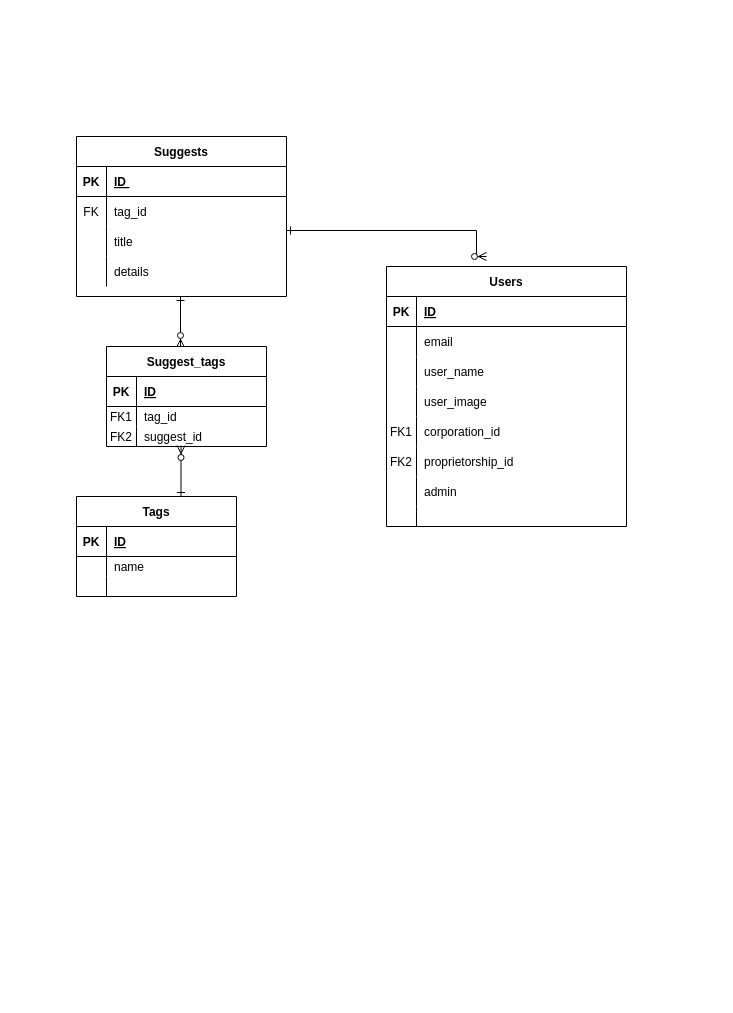
Earlier version of the draw.io diagram Untitled Diagram.drawio (Sec-il-n/sugget_cd_ci). Source tidied: cells renumbered, new cells numbered last; positions are measured from the earlier drawing's top-left corner, leaving out a move shared by most shapes. Both pictures are drawn from the tidied source at 100%, with x=0, y=0 at pixel (76, 136).
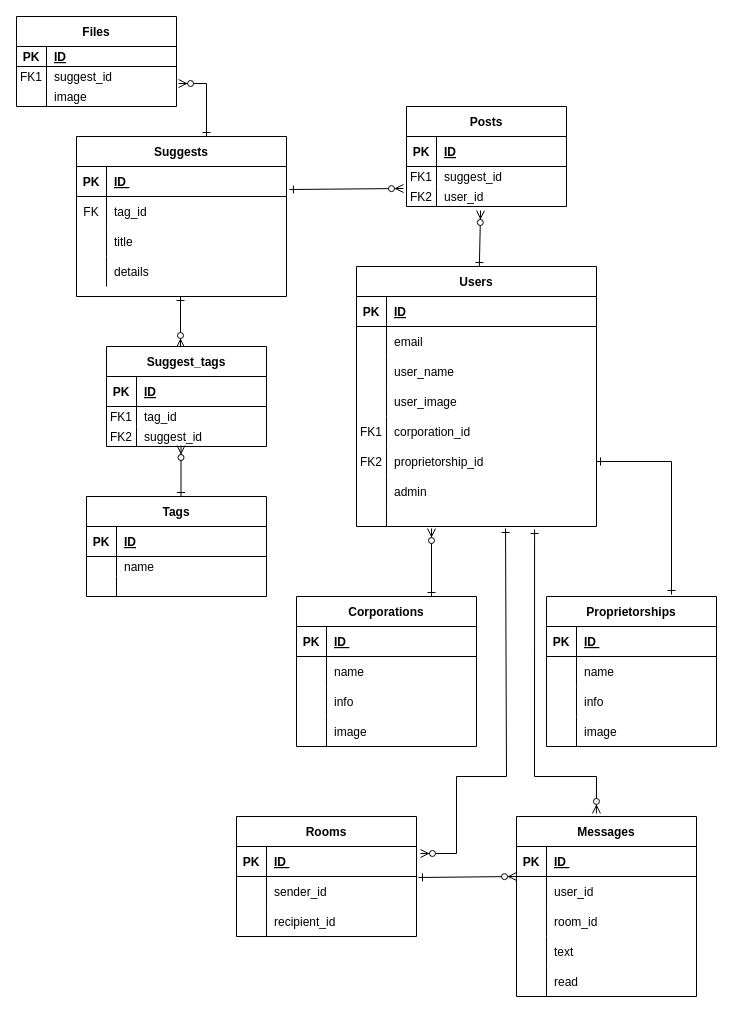
Above is the later version.

Commit message (it also covers changes not shown here):
Untitled Diagram.drawio を更新します

Unchanged cells that the change refers to:
```xml
<mxCell id="28" style="shape=partialRectangle;fillColor=none;points=[[0,0.5],[1,0.5]];portConstraint=eastwest;top=0;left=0;right=0;bottom=0;" parent="12" vertex="1">
  <mxGeometry y="180" width="240" height="30" as="geometry" />
</mxCell>
<mxCell id="34" style="shape=partialRectangle;fillColor=none;points=[[0,0.5],[1,0.5]];portConstraint=eastwest;top=0;left=0;right=0;bottom=0;" parent="12" vertex="1">
  <mxGeometry y="240" width="240" height="20" as="geometry" />
</mxCell>
<mxCell id="39" style="shape=partialRectangle;fillColor=none;points=[[0,0.5],[1,0.5]];portConstraint=eastwest;top=0;left=0;right=0;bottom=1;" parent="38" vertex="1">
  <mxGeometry y="30" width="210" height="30" as="geometry" />
</mxCell>
<mxCell id="45" style="shape=partialRectangle;fillColor=none;points=[[0,0.5],[1,0.5]];portConstraint=eastwest;top=0;left=0;right=0;bottom=0;" parent="38" vertex="1">
  <mxGeometry y="90" width="210" height="30" as="geometry" />
</mxCell>
```

Change to the diagram source:
```diff
@@
     <mxCell id="2" value="Tags" style="shape=table;startSize=30;childLayout=tableLayout;rowLines=0;fontStyle=1;align=center;" parent="1" vertex="1">
-      <mxGeometry y="360" width="160" height="100" as="geometry" />
+      <mxGeometry x="10" y="360" width="180" height="100" as="geometry" />
     </mxCell>
     <mxCell id="3" style="shape=partialRectangle;fillColor=none;top=0;left=0;right=0;bottom=1;" parent="2" vertex="1">
-      <mxGeometry y="30" width="160" height="30" as="geometry" />
+      <mxGeometry y="30" width="180" height="30" as="geometry" />
     </mxCell>
@@
     <mxCell id="5" value="ID" style="shape=partialRectangle;overflow=hidden;fillColor=none;top=0;left=0;bottom=0;right=0;align=left;spacingLeft=6;fontStyle=5;" parent="3" vertex="1">
-      <mxGeometry x="30" width="130" height="30" as="geometry" />
+      <mxGeometry x="30" width="150" height="30" as="geometry" />
     </mxCell>
     <mxCell id="6" style="shape=partialRectangle;fillColor=none;top=0;left=0;right=0;bottom=0;" parent="2" vertex="1">
-      <mxGeometry y="60" width="160" height="20" as="geometry" />
+      <mxGeometry y="60" width="180" height="20" as="geometry" />
     </mxCell>
@@
     <mxCell id="8" value="name" style="shape=partialRectangle;overflow=hidden;fillColor=none;top=0;left=0;bottom=0;right=0;align=left;spacingLeft=6;" parent="6" vertex="1">
-      <mxGeometry x="30" width="130" height="20" as="geometry" />
+      <mxGeometry x="30" width="150" height="20" as="geometry" />
     </mxCell>
     <mxCell id="9" style="shape=partialRectangle;fillColor=none;top=0;left=0;right=0;bottom=0;" parent="2" vertex="1">
-      <mxGeometry y="80" width="160" height="20" as="geometry" />
+      <mxGeometry y="80" width="180" height="20" as="geometry" />
     </mxCell>
@@
     <mxCell id="11" style="shape=partialRectangle;overflow=hidden;fillColor=none;top=0;left=0;bottom=0;right=0;align=left;spacingLeft=6;" parent="9" vertex="1">
-      <mxGeometry x="30" width="130" height="20" as="geometry" />
+      <mxGeometry x="30" width="150" height="20" as="geometry" />
     </mxCell>
+    <mxCell id="63" style="edgeStyle=none;rounded=0;jettySize=auto;html=1;entryX=0.463;entryY=1.2;entryDx=0;entryDy=0;entryPerimeter=0;startArrow=ERone;startFill=0;endArrow=ERzeroToMany;endFill=1;" parent="1" edge="1" source="12" target="71">
+      <mxGeometry relative="1" as="geometry" />
+    </mxCell>
     <mxCell id="12" value="Users" style="shape=table;startSize=30;childLayout=tableLayout;rowLines=0;fontStyle=1;align=center;" parent="1" vertex="1">
-      <mxGeometry x="310" y="130" width="240" height="260" as="geometry" />
+      <mxGeometry x="280" y="130" width="240" height="260" as="geometry" />
     </mxCell>
@@
-    <mxCell id="62" style="edgeStyle=elbowEdgeStyle;rounded=0;jettySize=auto;html=1;entryX=1;entryY=0.133;entryDx=0;entryDy=0;entryPerimeter=0;startArrow=ERzeroToMany;startFill=1;endArrow=ERone;endFill=0;" parent="1" edge="1" target="45">
+    <mxCell id="62" style="rounded=0;jettySize=auto;html=1;startArrow=ERzeroToMany;startFill=1;endArrow=ERone;endFill=0;entryX=1.014;entryY=0.767;entryDx=0;entryDy=0;entryPerimeter=0;" parent="1" edge="1" target="39">
       <mxGeometry relative="1" as="geometry">
-        <mxPoint x="410" y="120" as="sourcePoint" />
-        <Array as="points">
-          <mxPoint x="400" y="10" />
-        </Array>
+        <mxPoint x="327" y="52" as="sourcePoint" />
       </mxGeometry>
     </mxCell>
+    <mxCell id="64" value="Posts" style="shape=table;startSize=30;childLayout=tableLayout;rowLines=0;fontStyle=1;align=center;" parent="1" vertex="1">
+      <mxGeometry x="330" y="-30" width="160" height="100" as="geometry" />
+    </mxCell>
+    <mxCell id="65" style="shape=partialRectangle;fillColor=none;top=0;left=0;right=0;bottom=1;" parent="64" vertex="1">
+      <mxGeometry y="30" width="160" height="30" as="geometry" />
+    </mxCell>
+    <mxCell id="66" value="PK" style="shape=partialRectangle;overflow=hidden;fillColor=none;top=0;left=0;bottom=0;right=0;fontStyle=1;" parent="65" vertex="1">
+      <mxGeometry width="30" height="30" as="geometry" />
+    </mxCell>
+    <mxCell id="67" value="ID" style="shape=partialRectangle;overflow=hidden;fillColor=none;top=0;left=0;bottom=0;right=0;align=left;spacingLeft=6;fontStyle=5;" parent="65" vertex="1">
+      <mxGeometry x="30" width="130" height="30" as="geometry" />
+    </mxCell>
+    <mxCell id="68" style="shape=partialRectangle;fillColor=none;top=0;left=0;right=0;bottom=0;" parent="64" vertex="1">
+      <mxGeometry y="60" width="160" height="20" as="geometry" />
+    </mxCell>
+    <mxCell id="69" value="FK1" style="shape=partialRectangle;overflow=hidden;fillColor=none;top=0;left=0;bottom=0;right=0;" parent="68" vertex="1">
+      <mxGeometry width="30" height="20" as="geometry" />
+    </mxCell>
+    <mxCell id="70" value="suggest_id" style="shape=partialRectangle;overflow=hidden;fillColor=none;top=0;left=0;bottom=0;right=0;align=left;spacingLeft=6;" parent="68" vertex="1">
+      <mxGeometry x="30" width="130" height="20" as="geometry" />
+    </mxCell>
+    <mxCell id="71" style="shape=partialRectangle;fillColor=none;points=[[0,0.5],[1,0.5]];portConstraint=eastwest;top=0;left=0;right=0;bottom=0;" parent="64" vertex="1">
+      <mxGeometry y="80" width="160" height="20" as="geometry" />
+    </mxCell>
+    <mxCell id="72" value="FK2" style="shape=partialRectangle;overflow=hidden;fillColor=none;top=0;left=0;bottom=0;right=0;" parent="71" vertex="1">
+      <mxGeometry width="30" height="20" as="geometry" />
+    </mxCell>
+    <mxCell id="73" value="user_id" style="shape=partialRectangle;overflow=hidden;fillColor=none;top=0;left=0;bottom=0;right=0;align=left;spacingLeft=6;" parent="71" vertex="1">
+      <mxGeometry x="30" width="130" height="20" as="geometry" />
+    </mxCell>
+    <mxCell id="74" style="edgeStyle=none;rounded=0;jettySize=auto;html=1;exitX=0.75;exitY=0;exitDx=0;exitDy=0;startArrow=ERone;startFill=0;endArrow=ERzeroToMany;endFill=1;" parent="1" edge="1" source="75">
+      <mxGeometry relative="1" as="geometry">
+        <mxPoint x="355" y="392" as="targetPoint" />
+      </mxGeometry>
+    </mxCell>
+    <mxCell id="75" value="Corporations" style="shape=table;startSize=30;childLayout=tableLayout;rowLines=0;fontStyle=1;align=center;" parent="1" vertex="1">
+      <mxGeometry x="220" y="460" width="180" height="150" as="geometry" />
+    </mxCell>
+    <mxCell id="76" style="shape=partialRectangle;fillColor=none;top=0;left=0;right=0;bottom=1;" parent="75" vertex="1">
+      <mxGeometry y="30" width="180" height="30" as="geometry" />
+    </mxCell>
+    <mxCell id="77" value="PK" style="shape=partialRectangle;overflow=hidden;fillColor=none;top=0;left=0;bottom=0;right=0;fontStyle=1;" parent="76" vertex="1">
+      <mxGeometry width="30" height="30" as="geometry" />
+    </mxCell>
+    <mxCell id="78" value="ID " style="shape=partialRectangle;overflow=hidden;fillColor=none;top=0;left=0;bottom=0;right=0;align=left;spacingLeft=6;fontStyle=5;" parent="76" vertex="1">
+      <mxGeometry x="30" width="150" height="30" as="geometry" />
+    </mxCell>
+    <mxCell id="79" style="shape=partialRectangle;fillColor=none;top=0;left=0;right=0;bottom=0;" parent="75" vertex="1">
+      <mxGeometry y="60" width="180" height="30" as="geometry" />
+    </mxCell>
+    <mxCell id="80" style="shape=partialRectangle;overflow=hidden;fillColor=none;top=0;left=0;bottom=0;right=0;" parent="79" vertex="1">
+      <mxGeometry width="30" height="30" as="geometry" />
+    </mxCell>
+    <mxCell id="81" value="name" style="shape=partialRectangle;overflow=hidden;fillColor=none;top=0;left=0;bottom=0;right=0;align=left;spacingLeft=6;" parent="79" vertex="1">
+      <mxGeometry x="30" width="150" height="30" as="geometry" />
+    </mxCell>
+    <mxCell id="82" style="shape=partialRectangle;fillColor=none;top=0;left=0;right=0;bottom=0;" parent="75" vertex="1">
+      <mxGeometry y="90" width="180" height="30" as="geometry" />
+    </mxCell>
+    <mxCell id="83" style="shape=partialRectangle;overflow=hidden;fillColor=none;top=0;left=0;bottom=0;right=0;" parent="82" vertex="1">
+      <mxGeometry width="30" height="30" as="geometry" />
+    </mxCell>
+    <mxCell id="84" value="info" style="shape=partialRectangle;overflow=hidden;fillColor=none;top=0;left=0;bottom=0;right=0;align=left;spacingLeft=6;" parent="82" vertex="1">
+      <mxGeometry x="30" width="150" height="30" as="geometry" />
+    </mxCell>
+    <mxCell id="85" style="shape=partialRectangle;fillColor=none;top=0;left=0;right=0;bottom=0;" parent="75" vertex="1">
+      <mxGeometry y="120" width="180" height="30" as="geometry" />
+    </mxCell>
+    <mxCell id="86" style="shape=partialRectangle;overflow=hidden;fillColor=none;top=0;left=0;bottom=0;right=0;" parent="85" vertex="1">
+      <mxGeometry width="30" height="30" as="geometry" />
+    </mxCell>
+    <mxCell id="87" value="image" style="shape=partialRectangle;overflow=hidden;fillColor=none;top=0;left=0;bottom=0;right=0;align=left;spacingLeft=6;" parent="85" vertex="1">
+      <mxGeometry x="30" width="150" height="30" as="geometry" />
+    </mxCell>
+    <mxCell id="88" style="edgeStyle=none;rounded=0;jettySize=auto;html=1;entryX=1;entryY=0.5;entryDx=0;entryDy=0;startArrow=ERone;startFill=0;endArrow=ERone;endFill=0;" parent="1" edge="1" target="28">
+      <mxGeometry relative="1" as="geometry">
+        <mxPoint x="595" y="458" as="sourcePoint" />
+        <Array as="points">
+          <mxPoint x="595" y="325" />
+        </Array>
+      </mxGeometry>
+    </mxCell>
+    <mxCell id="89" value="Proprietorships" style="shape=table;startSize=30;childLayout=tableLayout;rowLines=0;fontStyle=1;align=center;" parent="1" vertex="1">
+      <mxGeometry x="470" y="460" width="170" height="150" as="geometry" />
+    </mxCell>
+    <mxCell id="90" style="shape=partialRectangle;fillColor=none;top=0;left=0;right=0;bottom=1;" parent="89" vertex="1">
+      <mxGeometry y="30" width="170" height="30" as="geometry" />
+    </mxCell>
+    <mxCell id="91" value="PK" style="shape=partialRectangle;overflow=hidden;fillColor=none;top=0;left=0;bottom=0;right=0;fontStyle=1;" parent="90" vertex="1">
+      <mxGeometry width="30" height="30" as="geometry" />
+    </mxCell>
+    <mxCell id="92" value="ID " style="shape=partialRectangle;overflow=hidden;fillColor=none;top=0;left=0;bottom=0;right=0;align=left;spacingLeft=6;fontStyle=5;" parent="90" vertex="1">
+      <mxGeometry x="30" width="140" height="30" as="geometry" />
+    </mxCell>
+    <mxCell id="93" style="shape=partialRectangle;fillColor=none;top=0;left=0;right=0;bottom=0;" parent="89" vertex="1">
+      <mxGeometry y="60" width="170" height="30" as="geometry" />
+    </mxCell>
+    <mxCell id="94" style="shape=partialRectangle;overflow=hidden;fillColor=none;top=0;left=0;bottom=0;right=0;" parent="93" vertex="1">
+      <mxGeometry width="30" height="30" as="geometry" />
+    </mxCell>
+    <mxCell id="95" value="name" style="shape=partialRectangle;overflow=hidden;fillColor=none;top=0;left=0;bottom=0;right=0;align=left;spacingLeft=6;" parent="93" vertex="1">
+      <mxGeometry x="30" width="140" height="30" as="geometry" />
+    </mxCell>
+    <mxCell id="96" style="shape=partialRectangle;fillColor=none;top=0;left=0;right=0;bottom=0;" parent="89" vertex="1">
+      <mxGeometry y="90" width="170" height="30" as="geometry" />
+    </mxCell>
+    <mxCell id="97" style="shape=partialRectangle;overflow=hidden;fillColor=none;top=0;left=0;bottom=0;right=0;" parent="96" vertex="1">
+      <mxGeometry width="30" height="30" as="geometry" />
+    </mxCell>
+    <mxCell id="98" value="info" style="shape=partialRectangle;overflow=hidden;fillColor=none;top=0;left=0;bottom=0;right=0;align=left;spacingLeft=6;" parent="96" vertex="1">
+      <mxGeometry x="30" width="140" height="30" as="geometry" />
+    </mxCell>
+    <mxCell id="99" style="shape=partialRectangle;fillColor=none;top=0;left=0;right=0;bottom=0;" parent="89" vertex="1">
+      <mxGeometry y="120" width="170" height="30" as="geometry" />
+    </mxCell>
+    <mxCell id="100" style="shape=partialRectangle;overflow=hidden;fillColor=none;top=0;left=0;bottom=0;right=0;" parent="99" vertex="1">
+      <mxGeometry width="30" height="30" as="geometry" />
+    </mxCell>
+    <mxCell id="101" value="image" style="shape=partialRectangle;overflow=hidden;fillColor=none;top=0;left=0;bottom=0;right=0;align=left;spacingLeft=6;" parent="99" vertex="1">
+      <mxGeometry x="30" width="140" height="30" as="geometry" />
+    </mxCell>
+    <mxCell id="102" value="Files" style="shape=table;startSize=30;childLayout=tableLayout;rowLines=0;fontStyle=1;align=center;" parent="1" vertex="1">
+      <mxGeometry x="-60" y="-120" width="160" height="90" as="geometry" />
+    </mxCell>
+    <mxCell id="103" style="shape=partialRectangle;fillColor=none;top=0;left=0;right=0;bottom=1;" parent="102" vertex="1">
+      <mxGeometry y="30" width="160" height="20" as="geometry" />
+    </mxCell>
+    <mxCell id="104" value="PK" style="shape=partialRectangle;overflow=hidden;fillColor=none;top=0;left=0;bottom=0;right=0;fontStyle=1;" parent="103" vertex="1">
+      <mxGeometry width="30" height="20" as="geometry" />
+    </mxCell>
+    <mxCell id="105" value="ID" style="shape=partialRectangle;overflow=hidden;fillColor=none;top=0;left=0;bottom=0;right=0;align=left;spacingLeft=6;fontStyle=5;" parent="103" vertex="1">
+      <mxGeometry x="30" width="130" height="20" as="geometry" />
+    </mxCell>
+    <mxCell id="106" style="shape=partialRectangle;fillColor=none;top=0;left=0;right=0;bottom=0;" parent="102" vertex="1">
+      <mxGeometry y="50" width="160" height="20" as="geometry" />
+    </mxCell>
+    <mxCell id="107" value="FK1" style="shape=partialRectangle;overflow=hidden;fillColor=none;top=0;left=0;bottom=0;right=0;" parent="106" vertex="1">
+      <mxGeometry width="30" height="20" as="geometry" />
+    </mxCell>
+    <mxCell id="108" value="suggest_id" style="shape=partialRectangle;overflow=hidden;fillColor=none;top=0;left=0;bottom=0;right=0;align=left;spacingLeft=6;" parent="106" vertex="1">
+      <mxGeometry x="30" width="130" height="20" as="geometry" />
+    </mxCell>
+    <mxCell id="109" style="shape=partialRectangle;fillColor=none;points=[[0,0.5],[1,0.5]];portConstraint=eastwest;top=0;left=0;right=0;bottom=0;" parent="102" vertex="1">
+      <mxGeometry y="70" width="160" height="20" as="geometry" />
+    </mxCell>
+    <mxCell id="110" style="shape=partialRectangle;overflow=hidden;fillColor=none;top=0;left=0;bottom=0;right=0;" parent="109" vertex="1">
+      <mxGeometry width="30" height="20" as="geometry" />
+    </mxCell>
+    <mxCell id="111" value="image" style="shape=partialRectangle;overflow=hidden;fillColor=none;top=0;left=0;bottom=0;right=0;align=left;spacingLeft=6;" parent="109" vertex="1">
+      <mxGeometry x="30" width="130" height="20" as="geometry" />
+    </mxCell>
+    <mxCell id="112" style="rounded=0;jettySize=auto;html=1;edgeStyle=elbowEdgeStyle;endArrow=ERone;endFill=0;entryX=0.463;entryY=0.01;entryDx=0;entryDy=0;entryPerimeter=0;startArrow=ERzeroToMany;startFill=1;exitX=1.013;exitY=-0.15;exitDx=0;exitDy=0;exitPerimeter=0;" parent="1" edge="1" source="109">
+      <mxGeometry relative="1" as="geometry">
+        <mxPoint x="130.1" as="targetPoint" />
+        <Array as="points">
+          <mxPoint x="130" y="-5" />
+        </Array>
+      </mxGeometry>
+    </mxCell>
+    <mxCell id="113" value="Rooms" style="shape=table;startSize=30;childLayout=tableLayout;rowLines=0;fontStyle=1;align=center;" parent="1" vertex="1">
+      <mxGeometry x="160" y="680" width="180" height="120" as="geometry" />
+    </mxCell>
+    <mxCell id="114" style="shape=partialRectangle;fillColor=none;points=[[0,0.5],[1,0.5]];portConstraint=eastwest;top=0;left=0;right=0;bottom=1;" parent="113" vertex="1">
+      <mxGeometry y="30" width="180" height="30" as="geometry" />
+    </mxCell>
+    <mxCell id="115" value="PK" style="shape=partialRectangle;overflow=hidden;fillColor=none;top=0;left=0;bottom=0;right=0;fontStyle=1;" parent="114" vertex="1">
+      <mxGeometry width="30" height="30" as="geometry" />
+    </mxCell>
+    <mxCell id="116" value="ID " style="shape=partialRectangle;overflow=hidden;fillColor=none;top=0;left=0;bottom=0;right=0;align=left;spacingLeft=6;fontStyle=5;" parent="114" vertex="1">
+      <mxGeometry x="30" width="150" height="30" as="geometry" />
+    </mxCell>
+    <mxCell id="117" style="shape=partialRectangle;fillColor=none;points=[[0,0.5],[1,0.5]];portConstraint=eastwest;top=0;left=0;right=0;bottom=0;" parent="113" vertex="1">
+      <mxGeometry y="60" width="180" height="30" as="geometry" />
+    </mxCell>
+    <mxCell id="118" style="shape=partialRectangle;overflow=hidden;fillColor=none;top=0;left=0;bottom=0;right=0;" parent="117" vertex="1">
+      <mxGeometry width="30" height="30" as="geometry" />
+    </mxCell>
+    <mxCell id="119" value="sender_id" style="shape=partialRectangle;overflow=hidden;fillColor=none;top=0;left=0;bottom=0;right=0;align=left;spacingLeft=6;" parent="117" vertex="1">
+      <mxGeometry x="30" width="150" height="30" as="geometry" />
+    </mxCell>
+    <mxCell id="120" style="shape=partialRectangle;fillColor=none;top=0;left=0;right=0;bottom=0;" parent="113" vertex="1">
+      <mxGeometry y="90" width="180" height="30" as="geometry" />
+    </mxCell>
+    <mxCell id="121" style="shape=partialRectangle;overflow=hidden;fillColor=none;top=0;left=0;bottom=0;right=0;" parent="120" vertex="1">
+      <mxGeometry width="30" height="30" as="geometry" />
+    </mxCell>
+    <mxCell id="122" value="recipient_id" style="shape=partialRectangle;overflow=hidden;fillColor=none;top=0;left=0;bottom=0;right=0;align=left;spacingLeft=6;" parent="120" vertex="1">
+      <mxGeometry x="30" width="150" height="30" as="geometry" />
+    </mxCell>
+    <mxCell id="123" value="Messages" style="shape=table;startSize=30;childLayout=tableLayout;rowLines=0;fontStyle=1;align=center;" parent="1" vertex="1">
+      <mxGeometry x="440" y="680" width="180" height="180" as="geometry" />
+    </mxCell>
+    <mxCell id="124" style="shape=partialRectangle;fillColor=none;top=0;left=0;right=0;bottom=1;" parent="123" vertex="1">
+      <mxGeometry y="30" width="180" height="30" as="geometry" />
+    </mxCell>
+    <mxCell id="125" value="PK" style="shape=partialRectangle;overflow=hidden;fillColor=none;top=0;left=0;bottom=0;right=0;fontStyle=1;" parent="124" vertex="1">
+      <mxGeometry width="30" height="30" as="geometry" />
+    </mxCell>
+    <mxCell id="126" value="ID " style="shape=partialRectangle;overflow=hidden;fillColor=none;top=0;left=0;bottom=0;right=0;align=left;spacingLeft=6;fontStyle=5;" parent="124" vertex="1">
+      <mxGeometry x="30" width="150" height="30" as="geometry" />
+    </mxCell>
+    <mxCell id="127" style="shape=partialRectangle;fillColor=none;points=[[0,0.5],[1,0.5]];portConstraint=eastwest;top=0;left=0;right=0;bottom=0;" parent="123" vertex="1">
+      <mxGeometry y="60" width="180" height="30" as="geometry" />
+    </mxCell>
+    <mxCell id="128" style="shape=partialRectangle;overflow=hidden;fillColor=none;top=0;left=0;bottom=0;right=0;" parent="127" vertex="1">
+      <mxGeometry width="30" height="30" as="geometry" />
+    </mxCell>
+    <mxCell id="129" value="user_id" style="shape=partialRectangle;overflow=hidden;fillColor=none;top=0;left=0;bottom=0;right=0;align=left;spacingLeft=6;" parent="127" vertex="1">
+      <mxGeometry x="30" width="150" height="30" as="geometry" />
+    </mxCell>
+    <mxCell id="130" style="shape=partialRectangle;fillColor=none;top=0;left=0;right=0;bottom=0;" parent="123" vertex="1">
+      <mxGeometry y="90" width="180" height="30" as="geometry" />
+    </mxCell>
+    <mxCell id="131" style="shape=partialRectangle;overflow=hidden;fillColor=none;top=0;left=0;bottom=0;right=0;" parent="130" vertex="1">
+      <mxGeometry width="30" height="30" as="geometry" />
+    </mxCell>
+    <mxCell id="132" value="room_id" style="shape=partialRectangle;overflow=hidden;fillColor=none;top=0;left=0;bottom=0;right=0;align=left;spacingLeft=6;" parent="130" vertex="1">
+      <mxGeometry x="30" width="150" height="30" as="geometry" />
+    </mxCell>
+    <mxCell id="133" style="shape=partialRectangle;fillColor=none;top=0;left=0;right=0;bottom=0;" parent="123" vertex="1">
+      <mxGeometry y="120" width="180" height="30" as="geometry" />
+    </mxCell>
+    <mxCell id="134" style="shape=partialRectangle;overflow=hidden;fillColor=none;top=0;left=0;bottom=0;right=0;" parent="133" vertex="1">
+      <mxGeometry width="30" height="30" as="geometry" />
+    </mxCell>
+    <mxCell id="135" value="text" style="shape=partialRectangle;overflow=hidden;fillColor=none;top=0;left=0;bottom=0;right=0;align=left;spacingLeft=6;" parent="133" vertex="1">
+      <mxGeometry x="30" width="150" height="30" as="geometry" />
+    </mxCell>
+    <mxCell id="136" style="shape=partialRectangle;fillColor=none;top=0;left=0;right=0;bottom=0;" parent="123" vertex="1">
+      <mxGeometry y="150" width="180" height="30" as="geometry" />
+    </mxCell>
+    <mxCell id="137" style="shape=partialRectangle;overflow=hidden;fillColor=none;top=0;left=0;bottom=0;right=0;" parent="136" vertex="1">
+      <mxGeometry width="30" height="30" as="geometry" />
+    </mxCell>
+    <mxCell id="138" value="read" style="shape=partialRectangle;overflow=hidden;fillColor=none;top=0;left=0;bottom=0;right=0;align=left;spacingLeft=6;" parent="136" vertex="1">
+      <mxGeometry x="30" width="150" height="30" as="geometry" />
+    </mxCell>
+    <mxCell id="139" style="edgeStyle=none;rounded=0;jettySize=auto;html=1;exitX=1.011;exitY=0.033;exitDx=0;exitDy=0;startArrow=ERone;startFill=0;endArrow=ERzeroToMany;endFill=1;entryX=0;entryY=0;entryDx=0;entryDy=0;entryPerimeter=0;exitPerimeter=0;" parent="1" edge="1" source="117" target="127">
+      <mxGeometry relative="1" as="geometry" />
+    </mxCell>
+    <mxCell id="140" style="edgeStyle=none;rounded=0;jettySize=auto;html=1;startArrow=ERone;startFill=0;endArrow=ERzeroToMany;endFill=1;entryX=1.022;entryY=0.233;entryDx=0;entryDy=0;entryPerimeter=0;exitX=0.621;exitY=1.1;exitDx=0;exitDy=0;exitPerimeter=0;" parent="1" edge="1" source="34" target="114">
+      <mxGeometry relative="1" as="geometry">
+        <Array as="points">
+          <mxPoint x="430" y="640" />
+          <mxPoint x="380" y="640" />
+          <mxPoint x="380" y="717" />
+        </Array>
+      </mxGeometry>
+    </mxCell>
+    <mxCell id="141" style="edgeStyle=none;rounded=0;jettySize=auto;html=1;exitX=0.742;exitY=1.15;exitDx=0;exitDy=0;startArrow=ERone;startFill=0;endArrow=ERzeroToMany;endFill=1;entryX=0.444;entryY=-0.017;entryDx=0;entryDy=0;entryPerimeter=0;exitPerimeter=0;" parent="1" edge="1" source="34" target="123">
+      <mxGeometry relative="1" as="geometry">
+        <Array as="points">
+          <mxPoint x="458" y="640" />
+          <mxPoint x="520" y="640" />
+        </Array>
+      </mxGeometry>
+    </mxCell>
```
